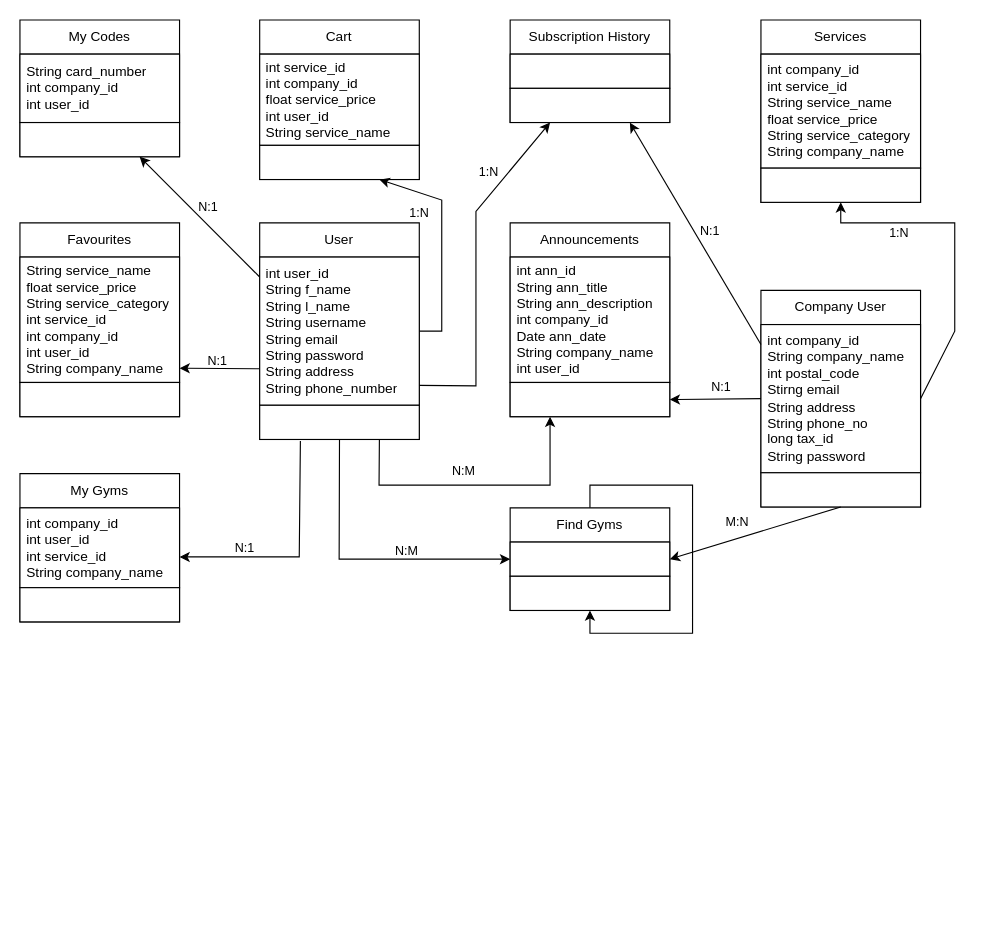
Earlier version of the draw.io diagram Draw.io/Class Diagram.drawio (kitros03/ProjectTL). Source tidied: cells renumbered, new cells numbered last; positions are measured from the earlier drawing's top-left corner, leaving out a move shared by most shapes. Both pictures are drawn from the tidied source at 114%, with x=0, y=0 at pixel (19, 19).
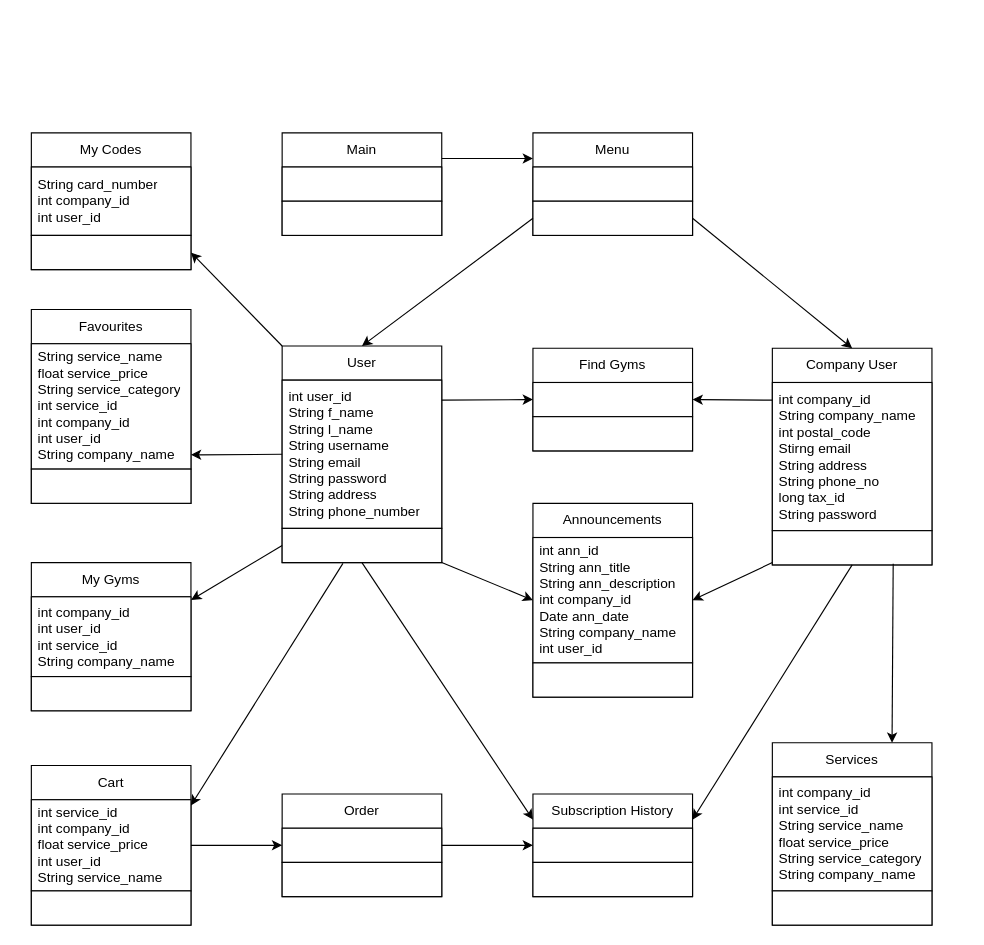
The same page after the edit.

Unchanged cells that the change refers to:
```xml
<mxCell id="4" style="text;strokeColor=light-dark(#000000,#000000);fillColor=light-dark(#FFFFFF,#FFFFFF);align=left;verticalAlign=middle;spacingLeft=4;spacingRight=4;overflow=hidden;points=[[0,0.5],[1,0.5]];portConstraint=eastwest;whiteSpace=wrap;html=1;fontColor=light-dark(#000000,#000000);" parent="2" vertex="1">
  <mxGeometry y="160" width="140" height="30" as="geometry" />
</mxCell>
<mxCell id="6" value="int service_id&lt;div&gt;int company_id&lt;/div&gt;&lt;div&gt;float service_price&lt;/div&gt;&lt;div&gt;int user_id&lt;/div&gt;&lt;div&gt;String service_name&lt;/div&gt;" style="text;strokeColor=light-dark(#000000,#000000);fillColor=light-dark(#FFFFFF,#FFFFFF);align=left;verticalAlign=middle;spacingLeft=4;spacingRight=4;overflow=hidden;points=[[0,0.5],[1,0.5]];portConstraint=eastwest;whiteSpace=wrap;html=1;fontColor=light-dark(#000000,#000000);" parent="5" vertex="1">
  <mxGeometry y="30" width="140" height="80" as="geometry" />
</mxCell>
<mxCell id="10" style="text;strokeColor=light-dark(#000000,#000000);fillColor=light-dark(#FFFFFF,#FFFFFF);align=left;verticalAlign=middle;spacingLeft=4;spacingRight=4;overflow=hidden;points=[[0,0.5],[1,0.5]];portConstraint=eastwest;whiteSpace=wrap;html=1;fontColor=light-dark(#000000,#000000);" parent="8" vertex="1">
  <mxGeometry y="90" width="140" height="30" as="geometry" />
</mxCell>
<mxCell id="15" value="int company_id&lt;div&gt;int user_id&lt;/div&gt;&lt;div&gt;int service_id&lt;/div&gt;&lt;div&gt;String company_name&lt;/div&gt;" style="text;strokeColor=light-dark(#000000,#000000);fillColor=light-dark(#FFFFFF,#FFFFFF);align=left;verticalAlign=middle;spacingLeft=4;spacingRight=4;overflow=hidden;points=[[0,0.5],[1,0.5]];portConstraint=eastwest;whiteSpace=wrap;html=1;fontColor=light-dark(#000000,#000000);" parent="14" vertex="1">
  <mxGeometry y="30" width="140" height="70" as="geometry" />
</mxCell>
<mxCell id="18" style="text;strokeColor=light-dark(#000000,#000000);fillColor=light-dark(#FFFFFF,#FFFFFF);align=left;verticalAlign=middle;spacingLeft=4;spacingRight=4;overflow=hidden;points=[[0,0.5],[1,0.5]];portConstraint=eastwest;whiteSpace=wrap;html=1;fontColor=light-dark(#000000,#000000);" parent="17" vertex="1">
  <mxGeometry y="30" width="140" height="30" as="geometry" />
</mxCell>
<mxCell id="22" style="text;strokeColor=light-dark(#000000,#000000);fillColor=light-dark(#FFFFFF,#FFFFFF);align=left;verticalAlign=middle;spacingLeft=4;spacingRight=4;overflow=hidden;points=[[0,0.5],[1,0.5]];portConstraint=eastwest;whiteSpace=wrap;html=1;fontColor=light-dark(#000000,#000000);" parent="20" vertex="1">
  <mxGeometry y="140" width="140" height="30" as="geometry" />
</mxCell>
<mxCell id="27" style="text;strokeColor=light-dark(#000000,#000000);fillColor=light-dark(#FFFFFF,#FFFFFF);align=left;verticalAlign=middle;spacingLeft=4;spacingRight=4;overflow=hidden;points=[[0,0.5],[1,0.5]];portConstraint=eastwest;whiteSpace=wrap;html=1;fontColor=light-dark(#000000,#000000);" parent="26" vertex="1">
  <mxGeometry y="30" width="140" height="30" as="geometry" />
</mxCell>
```

What changed in the source:
```diff
@@
     <mxCell id="2" value="User" style="swimlane;fontStyle=0;horizontal=1;startSize=30;whiteSpace=wrap;html=1;strokeColor=light-dark(#000000,#000000);fillColor=light-dark(#FFFFFF,#FFFFFF);fontColor=light-dark(#000000,#000000);" parent="1" vertex="1">
-      <mxGeometry x="210.3" y="178" width="140" height="190" as="geometry" />
+      <mxGeometry x="230" y="286" width="140" height="190" as="geometry" />
     </mxCell>
@@
     <mxCell id="5" value="Cart" style="swimlane;fontStyle=0;horizontal=1;startSize=30;whiteSpace=wrap;html=1;strokeColor=light-dark(#000000,#000000);fillColor=light-dark(#FFFFFF,#FFFFFF);fontColor=light-dark(#000000,#000000);" parent="1" vertex="1">
-      <mxGeometry x="210.3" width="140" height="140" as="geometry" />
+      <mxGeometry x="10" y="654" width="140" height="140" as="geometry" />
     </mxCell>
@@
     <mxCell id="8" value="My Codes" style="swimlane;fontStyle=0;horizontal=1;startSize=30;whiteSpace=wrap;html=1;strokeColor=light-dark(#000000,#000000);fillColor=light-dark(#FFFFFF,#FFFFFF);fontColor=light-dark(#000000,#000000);" parent="1" vertex="1">
-      <mxGeometry width="140" height="120" as="geometry" />
+      <mxGeometry x="10" y="99" width="140" height="120" as="geometry" />
     </mxCell>
@@
     <mxCell id="11" value="Favourites" style="swimlane;fontStyle=0;horizontal=1;startSize=30;whiteSpace=wrap;html=1;strokeColor=light-dark(#000000,#000000);fillColor=light-dark(#FFFFFF,#FFFFFF);fontColor=light-dark(#000000,#000000);" parent="1" vertex="1">
-      <mxGeometry y="178" width="140" height="170" as="geometry" />
+      <mxGeometry x="10" y="254" width="140" height="170" as="geometry" />
     </mxCell>
@@
     <mxCell id="14" value="My Gyms" style="swimlane;fontStyle=0;horizontal=1;startSize=30;whiteSpace=wrap;html=1;strokeColor=light-dark(#000000,#000000);fillColor=light-dark(#FFFFFF,#FFFFFF);fontColor=light-dark(#000000,#000000);" parent="1" vertex="1">
-      <mxGeometry y="398" width="140" height="130" as="geometry" />
+      <mxGeometry x="10" y="476" width="140" height="130" as="geometry" />
     </mxCell>
@@
     <mxCell id="17" value="Find Gyms" style="swimlane;fontStyle=0;horizontal=1;startSize=30;whiteSpace=wrap;html=1;strokeColor=light-dark(#000000,#000000);fillColor=light-dark(#FFFFFF,#FFFFFF);fontColor=light-dark(#000000,#000000);" parent="1" vertex="1">
-      <mxGeometry x="430" y="428" width="140" height="90" as="geometry" />
+      <mxGeometry x="450" y="288" width="140" height="90" as="geometry" />
     </mxCell>
@@
     <mxCell id="20" value="Announcements" style="swimlane;fontStyle=0;horizontal=1;startSize=30;whiteSpace=wrap;html=1;strokeColor=light-dark(#000000,#000000);fillColor=light-dark(#FFFFFF,#FFFFFF);fontColor=light-dark(#000000,#000000);" parent="1" vertex="1">
-      <mxGeometry x="430" y="178" width="140" height="170" as="geometry" />
+      <mxGeometry x="450" y="424" width="140" height="170" as="geometry" />
     </mxCell>
@@
     <mxCell id="23" value="Company User" style="swimlane;fontStyle=0;horizontal=1;startSize=30;whiteSpace=wrap;html=1;strokeColor=light-dark(#000000,#000000);fillColor=light-dark(#FFFFFF,#FFFFFF);fontColor=light-dark(#000000,#000000);" parent="1" vertex="1">
-      <mxGeometry x="650" y="237.2" width="140" height="190" as="geometry" />
+      <mxGeometry x="660" y="288" width="140" height="190" as="geometry" />
     </mxCell>
@@
     <mxCell id="26" value="Subscription History" style="swimlane;fontStyle=0;horizontal=1;startSize=30;whiteSpace=wrap;html=1;strokeColor=light-dark(#000000,#000000);fillColor=light-dark(#FFFFFF,#FFFFFF);fontColor=light-dark(#000000,#000000);" parent="1" vertex="1">
-      <mxGeometry x="430" width="140" height="90" as="geometry" />
+      <mxGeometry x="450" y="679" width="140" height="90" as="geometry" />
     </mxCell>
@@
     <mxCell id="29" value="Services" style="swimlane;fontStyle=0;horizontal=1;startSize=30;whiteSpace=wrap;html=1;strokeColor=light-dark(#000000,#000000);fillColor=light-dark(#FFFFFF,#FFFFFF);fontColor=light-dark(#000000,#000000);" parent="1" vertex="1">
-      <mxGeometry x="650" width="140" height="160" as="geometry" />
+      <mxGeometry x="660" y="634" width="140" height="160" as="geometry" />
     </mxCell>
@@
-    <mxCell id="32" style="endArrow=classic;html=1;rounded=0;strokeColor=light-dark(#000000,#000000);exitX=0.75;exitY=1;exitDx=0;exitDy=0;entryX=0.25;entryY=1;entryDx=0;entryDy=0;" parent="1" edge="1" source="2" target="20">
-      <mxGeometry relative="1" as="geometry">
-        <Array as="points">
-          <mxPoint x="315" y="408" />
-          <mxPoint x="380" y="408" />
-          <mxPoint x="465" y="408" />
-          <mxPoint x="465" y="348" />
-        </Array>
-      </mxGeometry>
-    </mxCell>
-    <mxCell id="33" style="endArrow=classic;html=1;rounded=0;strokeColor=light-dark(#000000,#000000);exitX=0;exitY=0.5;exitDx=0;exitDy=0;entryX=1;entryY=0.5;entryDx=0;entryDy=0;" parent="1" edge="1" source="23" target="22">
-      <mxGeometry relative="1" as="geometry" />
+    <mxCell id="33" style="endArrow=classic;html=1;rounded=0;strokeColor=light-dark(#000000,#000000);exitX=0;exitY=1;exitDx=0;exitDy=0;entryX=1;entryY=0.5;entryDx=0;entryDy=0;" parent="1" edge="1" target="20">
+      <mxGeometry relative="1" as="geometry">
+        <mxPoint x="660" y="476" as="sourcePoint" />
+      </mxGeometry>
     </mxCell>
-    <mxCell id="34" style="endArrow=classic;html=1;rounded=0;strokeColor=light-dark(#000000,#000000);entryX=0.5;entryY=1;entryDx=0;entryDy=0;exitX=1;exitY=0.5;exitDx=0;exitDy=0;" parent="1" edge="1" source="23" target="29">
-      <mxGeometry relative="1" as="geometry">
-        <Array as="points">
-          <mxPoint x="820" y="273" />
-          <mxPoint x="820" y="178" />
-          <mxPoint x="720" y="178" />
-        </Array>
-      </mxGeometry>
-    </mxCell>
-    <mxCell id="35" style="endArrow=classic;html=1;rounded=0;strokeColor=light-dark(#000000,#000000);entryX=1;entryY=0.5;entryDx=0;entryDy=0;exitX=0.5;exitY=1;exitDx=0;exitDy=0;" parent="1" edge="1" source="23" target="17">
-      <mxGeometry relative="1" as="geometry" />
+    <mxCell id="35" style="endArrow=classic;html=1;rounded=0;strokeColor=light-dark(#000000,#000000);entryX=1;entryY=0.5;entryDx=0;entryDy=0;exitX=0;exitY=0.25;exitDx=0;exitDy=0;" parent="1" edge="1" target="17">
+      <mxGeometry relative="1" as="geometry">
+        <mxPoint x="660" y="333.5" as="sourcePoint" />
+      </mxGeometry>
     </mxCell>
-    <mxCell id="36" style="endArrow=classic;html=1;rounded=0;strokeColor=light-dark(#000000,#000000);entryX=0;entryY=0.5;entryDx=0;entryDy=0;exitX=0.5;exitY=1;exitDx=0;exitDy=0;" parent="1" edge="1" source="2" target="18">
-      <mxGeometry relative="1" as="geometry">
-        <Array as="points">
-          <mxPoint x="280" y="473" />
-        </Array>
-      </mxGeometry>
+    <mxCell id="36" style="endArrow=classic;html=1;rounded=0;strokeColor=light-dark(#000000,#000000);entryX=0;entryY=0.5;entryDx=0;entryDy=0;exitX=1;exitY=0.25;exitDx=0;exitDy=0;" parent="1" edge="1" source="2" target="18">
+      <mxGeometry relative="1" as="geometry" />
     </mxCell>
-    <mxCell id="37" style="endArrow=classic;html=1;rounded=0;strokeColor=light-dark(#000000,#000000);entryX=1;entryY=0.75;entryDx=0;entryDy=0;" parent="1" edge="1" target="11">
-      <mxGeometry relative="1" as="geometry">
-        <mxPoint x="210" y="306" as="sourcePoint" />
-      </mxGeometry>
+    <mxCell id="37" style="endArrow=classic;html=1;rounded=0;strokeColor=light-dark(#000000,#000000);entryX=1;entryY=0.75;entryDx=0;entryDy=0;exitX=0;exitY=0.5;exitDx=0;exitDy=0;" parent="1" edge="1" source="2" target="11">
+      <mxGeometry relative="1" as="geometry" />
     </mxCell>
-    <mxCell id="38" style="endArrow=classic;html=1;rounded=0;strokeColor=light-dark(#000000,#000000);exitX=0;exitY=0.25;exitDx=0;exitDy=0;entryX=0.75;entryY=1;entryDx=0;entryDy=0;" parent="1" edge="1" source="2" target="8">
+    <mxCell id="38" style="endArrow=classic;html=1;rounded=0;strokeColor=light-dark(#000000,#000000);exitX=0;exitY=0;exitDx=0;exitDy=0;entryX=1;entryY=0.5;entryDx=0;entryDy=0;" parent="1" edge="1" source="2" target="10">
       <mxGeometry relative="1" as="geometry" />
     </mxCell>
-    <mxCell id="39" value="N:1" style="edgeLabel;html=1;align=center;verticalAlign=middle;labelBackgroundColor=none;fontColor=light-dark(#000000,#000000);" parent="38" vertex="1">
-      <mxGeometry x="0.18" y="1" relative="1" as="geometry">
-        <mxPoint x="17" as="offset" />
-      </mxGeometry>
-    </mxCell>
-    <mxCell id="40" style="endArrow=classic;html=1;rounded=0;strokeColor=light-dark(#000000,#000000);entryX=0.75;entryY=1;entryDx=0;entryDy=0;exitX=1;exitY=0.5;exitDx=0;exitDy=0;" parent="1" edge="1" source="2" target="5">
-      <mxGeometry relative="1" as="geometry">
-        <Array as="points">
-          <mxPoint x="370" y="273" />
-          <mxPoint x="370" y="158" />
-        </Array>
-      </mxGeometry>
-    </mxCell>
-    <mxCell id="41" style="endArrow=classic;html=1;rounded=0;strokeColor=light-dark(#000000,#000000);entryX=1;entryY=0.5;entryDx=0;entryDy=0;exitX=0.255;exitY=1.047;exitDx=0;exitDy=0;exitPerimeter=0;" parent="1" edge="1" source="4">
-      <mxGeometry relative="1" as="geometry">
-        <mxPoint x="140" y="471" as="targetPoint" />
-        <Array as="points">
-          <mxPoint x="245" y="471" />
-        </Array>
-      </mxGeometry>
-    </mxCell>
+    <mxCell id="43" style="endArrow=classic;html=1;rounded=0;strokeColor=light-dark(#000000,#000000);entryX=1;entryY=0.25;entryDx=0;entryDy=0;exitX=0.5;exitY=1;exitDx=0;exitDy=0;" parent="1" edge="1" source="23" target="26">
+      <mxGeometry relative="1" as="geometry" />
+    </mxCell>
+    <mxCell id="55" value="Order" style="swimlane;fontStyle=0;horizontal=1;startSize=30;whiteSpace=wrap;html=1;strokeColor=light-dark(#000000,#000000);fillColor=light-dark(#FFFFFF,#FFFFFF);fontColor=light-dark(#000000,#000000);" parent="1" vertex="1">
+      <mxGeometry x="230" y="679" width="140" height="90" as="geometry" />
+    </mxCell>
+    <mxCell id="56" style="text;strokeColor=light-dark(#000000,#000000);fillColor=light-dark(#FFFFFF,#FFFFFF);align=left;verticalAlign=middle;spacingLeft=4;spacingRight=4;overflow=hidden;whiteSpace=wrap;html=1;fontColor=light-dark(#000000,#000000);" parent="55" vertex="1">
+      <mxGeometry y="30" width="140" height="30" as="geometry" />
+    </mxCell>
+    <mxCell id="57" style="text;strokeColor=light-dark(#000000,#000000);fillColor=light-dark(#FFFFFF,#FFFFFF);align=left;verticalAlign=middle;spacingLeft=4;spacingRight=4;overflow=hidden;whiteSpace=wrap;html=1;fontColor=light-dark(#000000,#000000);" parent="55" vertex="1">
+      <mxGeometry y="60" width="140" height="30" as="geometry" />
+    </mxCell>
+    <mxCell id="58" value="Main" style="swimlane;fontStyle=0;horizontal=1;startSize=30;whiteSpace=wrap;html=1;strokeColor=light-dark(#000000,#000000);fillColor=light-dark(#FFFFFF,#FFFFFF);fontColor=light-dark(#000000,#000000);" parent="1" vertex="1">
+      <mxGeometry x="230" y="99" width="140" height="90" as="geometry" />
+    </mxCell>
+    <mxCell id="59" style="text;strokeColor=light-dark(#000000,#000000);fillColor=light-dark(#FFFFFF,#FFFFFF);align=left;verticalAlign=middle;spacingLeft=4;spacingRight=4;overflow=hidden;whiteSpace=wrap;html=1;fontColor=light-dark(#000000,#000000);" parent="58" vertex="1">
+      <mxGeometry y="30" width="140" height="30" as="geometry" />
+    </mxCell>
+    <mxCell id="60" style="text;strokeColor=light-dark(#000000,#000000);fillColor=light-dark(#FFFFFF,#FFFFFF);align=left;verticalAlign=middle;spacingLeft=4;spacingRight=4;overflow=hidden;whiteSpace=wrap;html=1;fontColor=light-dark(#000000,#000000);" parent="58" vertex="1">
+      <mxGeometry y="60" width="140" height="30" as="geometry" />
+    </mxCell>
+    <mxCell id="61" value="Menu" style="swimlane;fontStyle=0;horizontal=1;startSize=30;whiteSpace=wrap;html=1;strokeColor=light-dark(#000000,#000000);fillColor=light-dark(#FFFFFF,#FFFFFF);fontColor=light-dark(#000000,#000000);" parent="1" vertex="1">
+      <mxGeometry x="450" y="99" width="140" height="90" as="geometry" />
+    </mxCell>
+    <mxCell id="62" style="text;strokeColor=light-dark(#000000,#000000);fillColor=light-dark(#FFFFFF,#FFFFFF);align=left;verticalAlign=middle;spacingLeft=4;spacingRight=4;overflow=hidden;whiteSpace=wrap;html=1;fontColor=light-dark(#000000,#000000);" parent="61" vertex="1">
+      <mxGeometry y="30" width="140" height="30" as="geometry" />
+    </mxCell>
+    <mxCell id="63" style="text;strokeColor=light-dark(#000000,#000000);fillColor=light-dark(#FFFFFF,#FFFFFF);align=left;verticalAlign=middle;spacingLeft=4;spacingRight=4;overflow=hidden;points=[[0,0.5],[1,0.5]];portConstraint=eastwest;whiteSpace=wrap;html=1;fontColor=light-dark(#000000,#000000);" parent="61" vertex="1">
+      <mxGeometry y="60" width="140" height="30" as="geometry" />
+    </mxCell>
+    <mxCell id="64" style="endArrow=classic;html=1;rounded=0;strokeColor=light-dark(#000000,#000000);entryX=1;entryY=0.25;entryDx=0;entryDy=0;exitX=0.381;exitY=1.024;exitDx=0;exitDy=0;exitPerimeter=0;" parent="1" edge="1" source="4" target="5">
+      <mxGeometry relative="1" as="geometry" />
+    </mxCell>
+    <mxCell id="32" style="endArrow=classic;html=1;rounded=0;strokeColor=light-dark(#000000,#000000);exitX=1;exitY=1;exitDx=0;exitDy=0;entryX=0;entryY=0.5;entryDx=0;entryDy=0;" parent="1" edge="1" source="2" target="20">
+      <mxGeometry relative="1" as="geometry" />
+    </mxCell>
-    <mxCell id="42" style="endArrow=classic;html=1;rounded=0;strokeColor=light-dark(#000000,#000000);exitX=1;exitY=0.75;exitDx=0;exitDy=0;entryX=0.25;entryY=1;entryDx=0;entryDy=0;" parent="1" edge="1" source="2" target="26">
-      <mxGeometry relative="1" as="geometry">
-        <Array as="points">
-          <mxPoint x="400" y="321" />
-          <mxPoint x="400" y="168" />
-        </Array>
-      </mxGeometry>
+    <mxCell id="42" style="endArrow=classic;html=1;rounded=0;strokeColor=light-dark(#000000,#000000);exitX=0.5;exitY=1;exitDx=0;exitDy=0;entryX=0;entryY=0.25;entryDx=0;entryDy=0;" parent="1" edge="1" source="2" target="26">
+      <mxGeometry relative="1" as="geometry" />
     </mxCell>
-    <mxCell id="43" style="endArrow=classic;html=1;rounded=0;strokeColor=light-dark(#000000,#000000);exitX=0;exitY=0.25;exitDx=0;exitDy=0;entryX=0.75;entryY=1;entryDx=0;entryDy=0;" parent="1" edge="1" source="23" target="26">
-      <mxGeometry relative="1" as="geometry" />
-    </mxCell>
-    <mxCell id="44" style="edgeStyle=orthogonalEdgeStyle;rounded=0;orthogonalLoop=1;jettySize=auto;html=1;exitX=0.5;exitY=0;exitDx=0;exitDy=0;" parent="1" edge="1" source="17" target="17">
-      <mxGeometry relative="1" as="geometry" />
-    </mxCell>
-    <mxCell id="45" value="N:1" style="edgeLabel;html=1;align=center;verticalAlign=middle;labelBackgroundColor=none;fontColor=light-dark(#000000,#000000);" parent="1" vertex="1">
-      <mxGeometry x="170.3" y="194.2" as="geometry">
-        <mxPoint x="2" y="104" as="offset" />
-      </mxGeometry>
-    </mxCell>
-    <mxCell id="46" value="N:1" style="edgeLabel;html=1;align=center;verticalAlign=middle;labelBackgroundColor=none;fontColor=light-dark(#000000,#000000);" parent="1" vertex="1">
-      <mxGeometry x="194.3" y="215.2" as="geometry">
-        <mxPoint x="2" y="247" as="offset" />
-      </mxGeometry>
-    </mxCell>
-    <mxCell id="47" value="1:N" style="edgeLabel;html=1;align=center;verticalAlign=middle;labelBackgroundColor=none;fontColor=light-dark(#000000,#000000);" parent="1" vertex="1">
-      <mxGeometry x="182.3" y="228" as="geometry">
-        <mxPoint x="167" y="-60" as="offset" />
-      </mxGeometry>
-    </mxCell>
-    <mxCell id="48" value="1:N" style="edgeLabel;html=1;align=center;verticalAlign=middle;labelBackgroundColor=none;fontColor=light-dark(#000000,#000000);" parent="1" vertex="1">
-      <mxGeometry x="200" y="188" as="geometry">
-        <mxPoint x="210" y="-56" as="offset" />
-      </mxGeometry>
-    </mxCell>
-    <mxCell id="49" value="N:M" style="edgeLabel;html=1;align=center;verticalAlign=middle;labelBackgroundColor=none;fontColor=light-dark(#000000,#000000);" parent="1" vertex="1">
-      <mxGeometry x="220" y="278" as="geometry">
-        <mxPoint x="168" y="117" as="offset" />
-      </mxGeometry>
-    </mxCell>
-    <mxCell id="50" value="N:M" style="edgeLabel;html=1;align=center;verticalAlign=middle;labelBackgroundColor=none;fontColor=light-dark(#000000,#000000);" parent="1" vertex="1">
-      <mxGeometry x="170.3" y="348" as="geometry">
-        <mxPoint x="168" y="117" as="offset" />
-      </mxGeometry>
-    </mxCell>
-    <mxCell id="51" value="M:N" style="edgeLabel;html=1;align=center;verticalAlign=middle;labelBackgroundColor=none;fontColor=light-dark(#000000,#000000);" parent="1" vertex="1">
-      <mxGeometry x="460" y="322" as="geometry">
-        <mxPoint x="168" y="117" as="offset" />
-      </mxGeometry>
-    </mxCell>
-    <mxCell id="52" value="1:N" style="edgeLabel;html=1;align=center;verticalAlign=middle;labelBackgroundColor=none;fontColor=light-dark(#000000,#000000);" parent="1" vertex="1">
-      <mxGeometry x="560" y="242" as="geometry">
-        <mxPoint x="210" y="-56" as="offset" />
-      </mxGeometry>
-    </mxCell>
-    <mxCell id="53" value="N:1" style="edgeLabel;html=1;align=center;verticalAlign=middle;labelBackgroundColor=none;fontColor=light-dark(#000000,#000000);" parent="1" vertex="1">
-      <mxGeometry x="394" y="240" as="geometry">
-        <mxPoint x="210" y="-56" as="offset" />
-      </mxGeometry>
-    </mxCell>
-    <mxCell id="54" value="N:1" style="edgeLabel;html=1;align=center;verticalAlign=middle;labelBackgroundColor=none;fontColor=light-dark(#000000,#000000);" parent="1" vertex="1">
-      <mxGeometry x="404" y="377" as="geometry">
-        <mxPoint x="210" y="-56" as="offset" />
-      </mxGeometry>
-    </mxCell>
+    <mxCell id="65" style="endArrow=classic;html=1;rounded=0;strokeColor=light-dark(#000000,#000000);entryX=1.001;entryY=0.04;entryDx=0;entryDy=0;exitX=0;exitY=0.5;exitDx=0;exitDy=0;entryPerimeter=0;" parent="1" edge="1" source="4" target="15">
+      <mxGeometry relative="1" as="geometry" />
+    </mxCell>
+    <mxCell id="66" style="endArrow=classic;html=1;rounded=0;strokeColor=light-dark(#000000,#000000);exitX=0.757;exitY=1.033;exitDx=0;exitDy=0;exitPerimeter=0;entryX=0.75;entryY=0;entryDx=0;entryDy=0;" parent="1" edge="1" target="29">
+      <mxGeometry relative="1" as="geometry">
+        <mxPoint x="766" y="477" as="sourcePoint" />
+      </mxGeometry>
+    </mxCell>
+    <mxCell id="67" style="endArrow=classic;html=1;rounded=0;strokeColor=light-dark(#000000,#000000);entryX=0;entryY=0.5;entryDx=0;entryDy=0;exitX=1;exitY=0.5;exitDx=0;exitDy=0;" parent="1" edge="1" source="6" target="55">
+      <mxGeometry relative="1" as="geometry" />
+    </mxCell>
+    <mxCell id="68" style="endArrow=classic;html=1;rounded=0;strokeColor=light-dark(#000000,#000000);exitX=1;exitY=0.5;exitDx=0;exitDy=0;entryX=0;entryY=0.5;entryDx=0;entryDy=0;" parent="1" edge="1" source="55" target="27">
+      <mxGeometry relative="1" as="geometry" />
+    </mxCell>
+    <mxCell id="69" style="endArrow=classic;html=1;rounded=0;strokeColor=light-dark(#000000,#000000);exitX=1;exitY=0.25;exitDx=0;exitDy=0;entryX=0;entryY=0.25;entryDx=0;entryDy=0;" parent="1" edge="1" source="58" target="61">
+      <mxGeometry relative="1" as="geometry" />
+    </mxCell>
+    <mxCell id="70" style="endArrow=classic;html=1;rounded=0;strokeColor=light-dark(#000000,#000000);entryX=0.5;entryY=0;entryDx=0;entryDy=0;exitX=1;exitY=0.5;exitDx=0;exitDy=0;" parent="1" edge="1" source="63" target="23">
+      <mxGeometry relative="1" as="geometry" />
+    </mxCell>
+    <mxCell id="71" style="endArrow=classic;html=1;rounded=0;strokeColor=light-dark(#000000,#000000);entryX=0.5;entryY=0;entryDx=0;entryDy=0;exitX=0;exitY=0.5;exitDx=0;exitDy=0;" parent="1" edge="1" source="63" target="2">
+      <mxGeometry relative="1" as="geometry" />
+    </mxCell>
```
